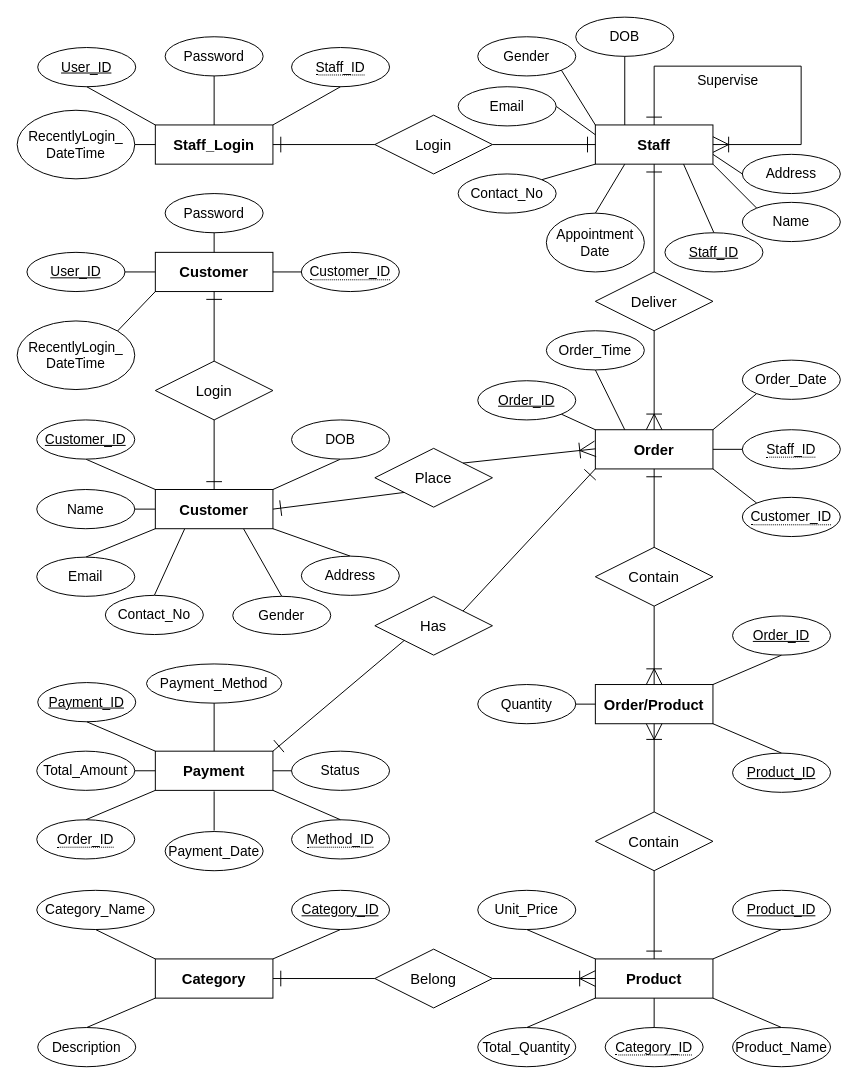
Above: DDD/Sampath Food City.drawio in ThanushkarSiva1238/Database_Design (draw.io), before the change. Source tidied: cells renumbered, new cells numbered last; positions are measured from the earlier drawing's top-left corner, leaving out a move shared by most shapes. Both pictures are drawn from the tidied source at 98%, with x=0, y=0 at pixel (17, 17).
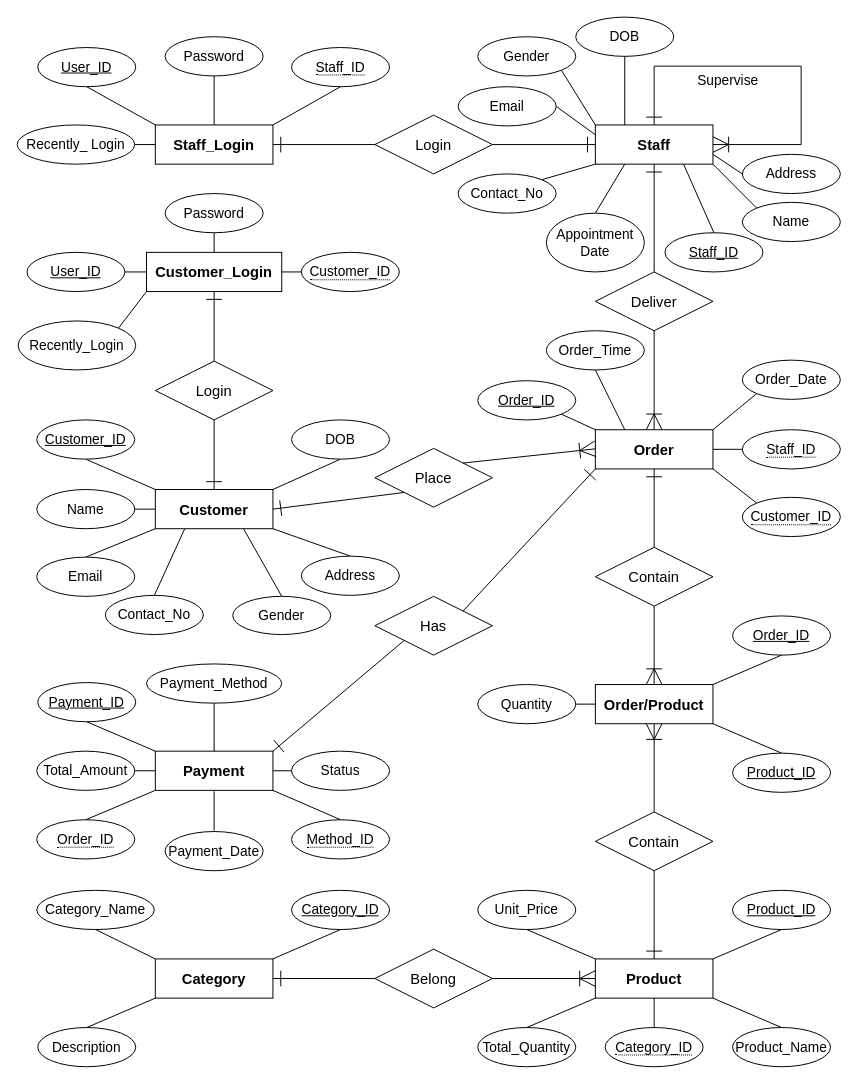
The same diagram, later.

What changed in the source:
```diff
@@
-    <mxCell id="113" value="&lt;font style=&quot;font-size: 14px;&quot;&gt;RecentlyLogin_&lt;br&gt;DateTime&lt;/font&gt;" style="ellipse;whiteSpace=wrap;html=1;align=center;" parent="1" vertex="1">
-      <mxGeometry y="95" width="120" height="70" as="geometry" />
+    <mxCell id="113" value="&lt;font style=&quot;font-size: 14px;&quot;&gt;Recently_ Login&lt;/font&gt;" style="ellipse;whiteSpace=wrap;html=1;align=center;" parent="1" vertex="1">
+      <mxGeometry y="110" width="120" height="40" as="geometry" />
     </mxCell>
@@
-    <mxCell id="118" value="&lt;h3 style=&quot;border-color: var(--border-color);&quot;&gt;&lt;font style=&quot;border-color: var(--border-color); font-size: 15px;&quot; face=&quot;arial&quot;&gt;Customer&lt;/font&gt;&lt;/h3&gt;" style="whiteSpace=wrap;html=1;align=center;" parent="1" vertex="1">
-      <mxGeometry x="141" y="240" width="120" height="40" as="geometry" />
+    <mxCell id="118" value="&lt;h3 style=&quot;border-color: var(--border-color);&quot;&gt;&lt;font style=&quot;border-color: var(--border-color); font-size: 15px;&quot; face=&quot;arial&quot;&gt;Customer_Login&lt;/font&gt;&lt;/h3&gt;" style="whiteSpace=wrap;html=1;align=center;" parent="1" vertex="1">
+      <mxGeometry x="132" y="240" width="138" height="40" as="geometry" />
     </mxCell>
@@
-    <mxCell id="127" value="&lt;font style=&quot;font-size: 14px;&quot;&gt;RecentlyLogin_&lt;br&gt;DateTime&lt;/font&gt;" style="ellipse;whiteSpace=wrap;html=1;align=center;" parent="1" vertex="1">
-      <mxGeometry y="310" width="120" height="70" as="geometry" />
+    <mxCell id="127" value="&lt;font style=&quot;font-size: 14px;&quot;&gt;Recently_Login&lt;/font&gt;" style="ellipse;whiteSpace=wrap;html=1;align=center;" parent="1" vertex="1">
+      <mxGeometry x="1" y="310" width="120" height="50" as="geometry" />
     </mxCell>
```
